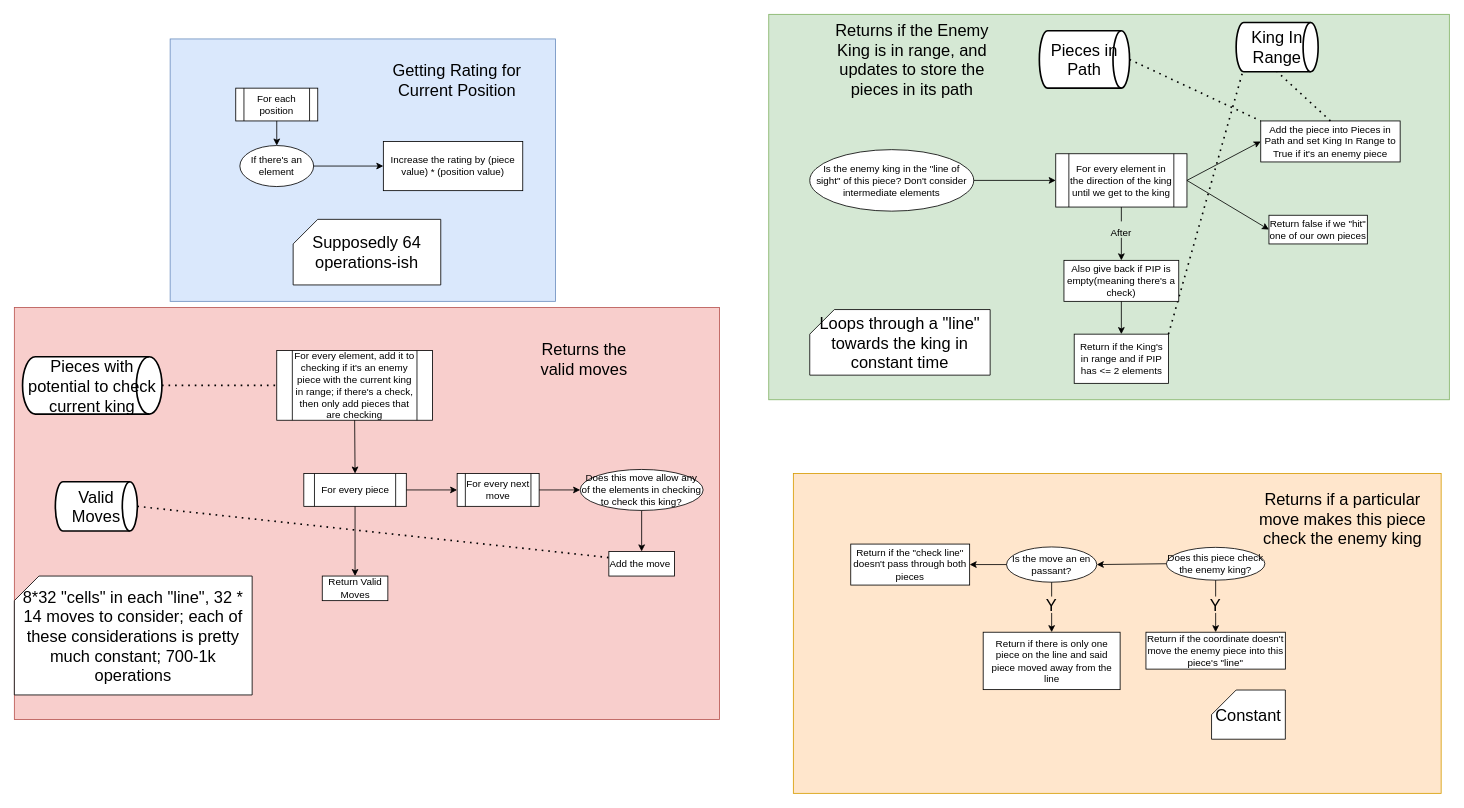
Before: page "Moving & Rating" (3 of 3) of bot/Chess_Attempt2_AlgorithmFlowchart.drawio in Trentiumz/Chess, a draw.io diagram. Source tidied: cells renumbered, new cells numbered last; positions are measured from the earlier drawing's top-left corner, leaving out a move shared by most shapes. Both pictures are drawn from the tidied source at 82%, with x=0, y=0 at pixel (14, 14).
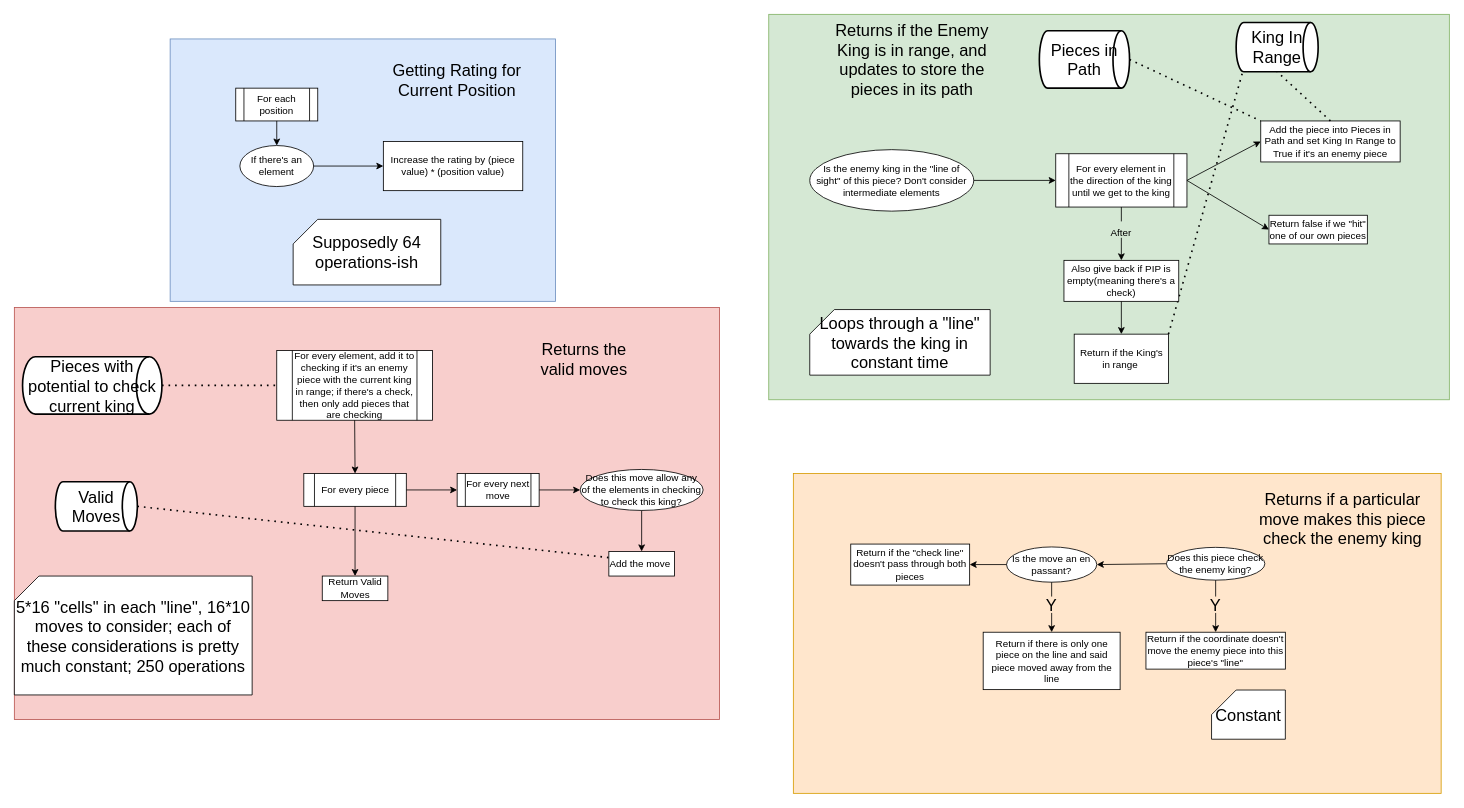
After the change.

Commit message:
Solidify Algorithm

The edit, as a diff of the source:
```diff
@@
-    <mxCell id="32" value="Return if the King's in range and if PIP has &amp;lt;= 2 elements" style="rounded=0;whiteSpace=wrap;html=1;" parent="1" vertex="1">
+    <mxCell id="32" value="Return if the King's in range&amp;nbsp;" style="rounded=0;whiteSpace=wrap;html=1;" parent="1" vertex="1">
       <mxGeometry x="1292.5" y="390" width="115" height="60" as="geometry" />
     </mxCell>
@@
-    <mxCell id="64" value="8*32 &quot;cells&quot; in each &quot;line&quot;, 32 * 14 moves to consider; each of these considerations is pretty much constant; 700-1k operations" style="shape=card;whiteSpace=wrap;html=1;fontSize=20;" parent="1" vertex="1">
+    <mxCell id="64" value="5*16 &quot;cells&quot; in each &quot;line&quot;, 16*10 moves to consider; each of these considerations is pretty much constant; 250 operations" style="shape=card;whiteSpace=wrap;html=1;fontSize=20;" parent="1" vertex="1">
       <mxGeometry y="685" width="290" height="145" as="geometry" />
     </mxCell>
```
